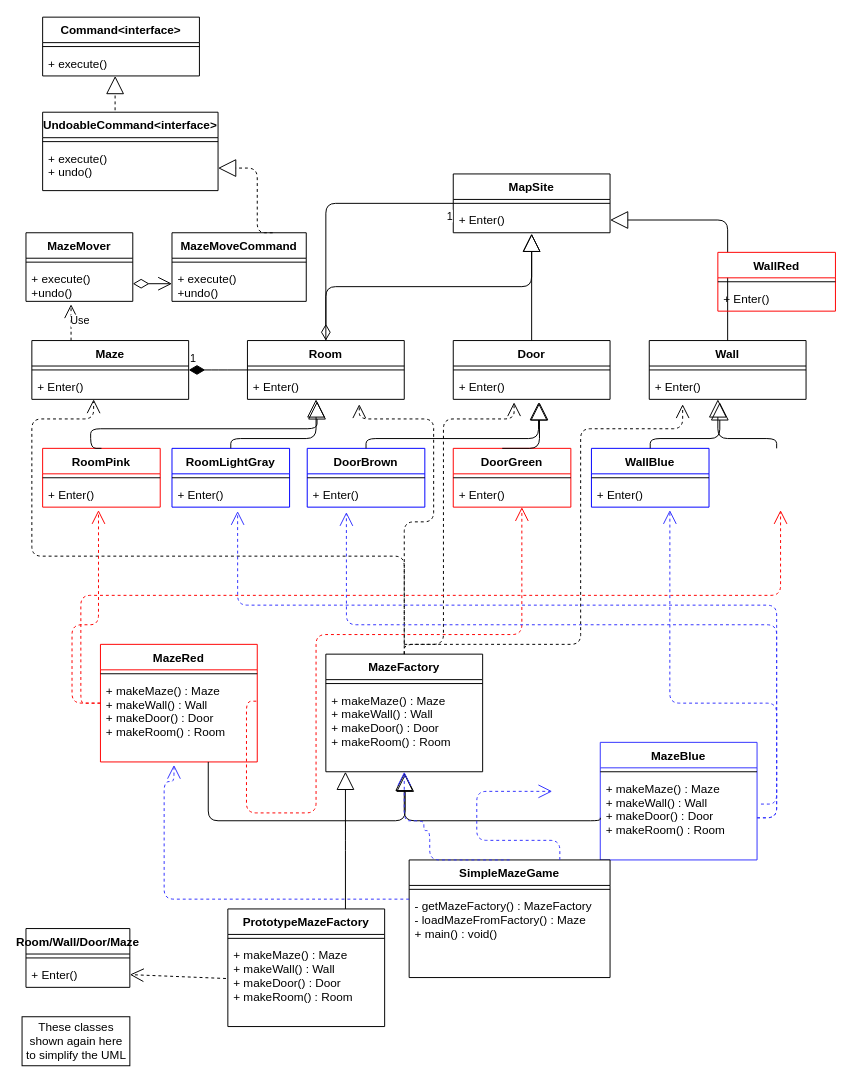
Above: Maze - Abstract Factory Prototype Command.drawio in parveshj/SE575 (draw.io), before the change. Source tidied: cells renumbered, new cells numbered last; positions are measured from the earlier drawing's top-left corner, leaving out a move shared by most shapes. Both pictures are drawn from the tidied source at 98%, with x=0, y=0 at pixel (22, 17).
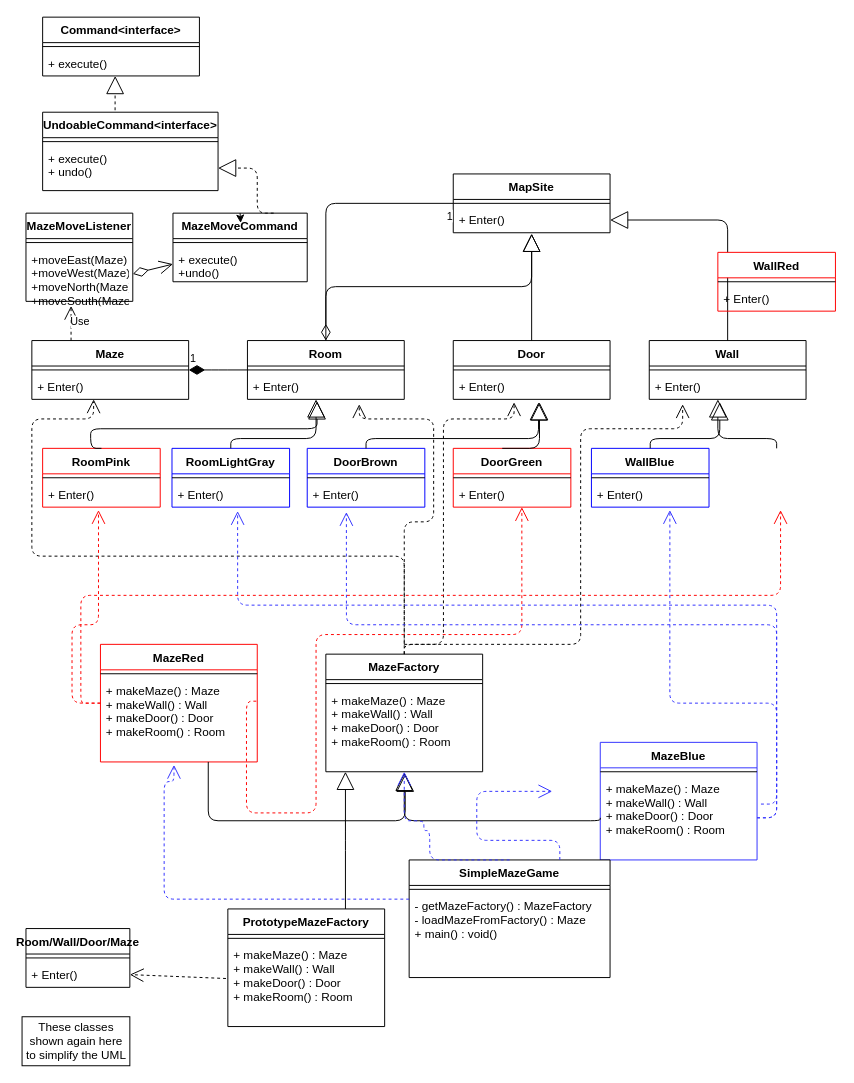
Above is the later version.

The edit, as a diff of the source:
```diff
@@
     <mxCell id="80" value="MazeMoveCommand" style="swimlane;fontStyle=1;align=center;verticalAlign=top;horizontal=1;startSize=26;" parent="1" vertex="1">
-      <mxGeometry x="153" y="220" width="137" height="70" as="geometry" />
+      <mxGeometry x="154" y="200" width="137" height="70" as="geometry" />
     </mxCell>
@@
-    <mxCell id="86" value="MazeMover" style="swimlane;fontStyle=1;align=center;verticalAlign=top;horizontal=1;startSize=26;" parent="1" vertex="1">
-      <mxGeometry x="4" y="220" width="109" height="70" as="geometry" />
+    <mxCell id="86" value="MazeMoveListener" style="swimlane;fontStyle=1;align=center;verticalAlign=top;horizontal=1;startSize=26;" parent="1" vertex="1">
+      <mxGeometry x="4" y="200" width="109" height="90" as="geometry" />
     </mxCell>
@@
-    <mxCell id="88" value="+ execute()&#10;+undo()" style="text;strokeColor=none;fillColor=none;align=left;verticalAlign=top;spacingLeft=4;spacingRight=4;overflow=hidden;points=[[0,0.5],[1,0.5]];portConstraint=eastwest;" parent="86" vertex="1">
-      <mxGeometry y="34" width="109" height="36" as="geometry" />
+    <mxCell id="88" value="+moveEast(Maze)&#10;+moveWest(Maze)&#10;+moveNorth(Maze)&#10;+moveSouth(Maze)" style="text;strokeColor=none;fillColor=none;align=left;verticalAlign=top;spacingLeft=4;spacingRight=4;overflow=hidden;points=[[0,0.5],[1,0.5]];portConstraint=eastwest;" parent="86" vertex="1">
+      <mxGeometry y="34" width="109" height="56" as="geometry" />
     </mxCell>
@@
+    <mxCell id="99" style="edgeStyle=orthogonalEdgeStyle;rounded=0;orthogonalLoop=1;jettySize=auto;html=1;exitX=0.5;exitY=0;exitDx=0;exitDy=0;entryX=0.504;entryY=0.143;entryDx=0;entryDy=0;entryPerimeter=0;" parent="1" edge="1" source="80" target="80">
+      <mxGeometry relative="1" as="geometry" />
+    </mxCell>
```
